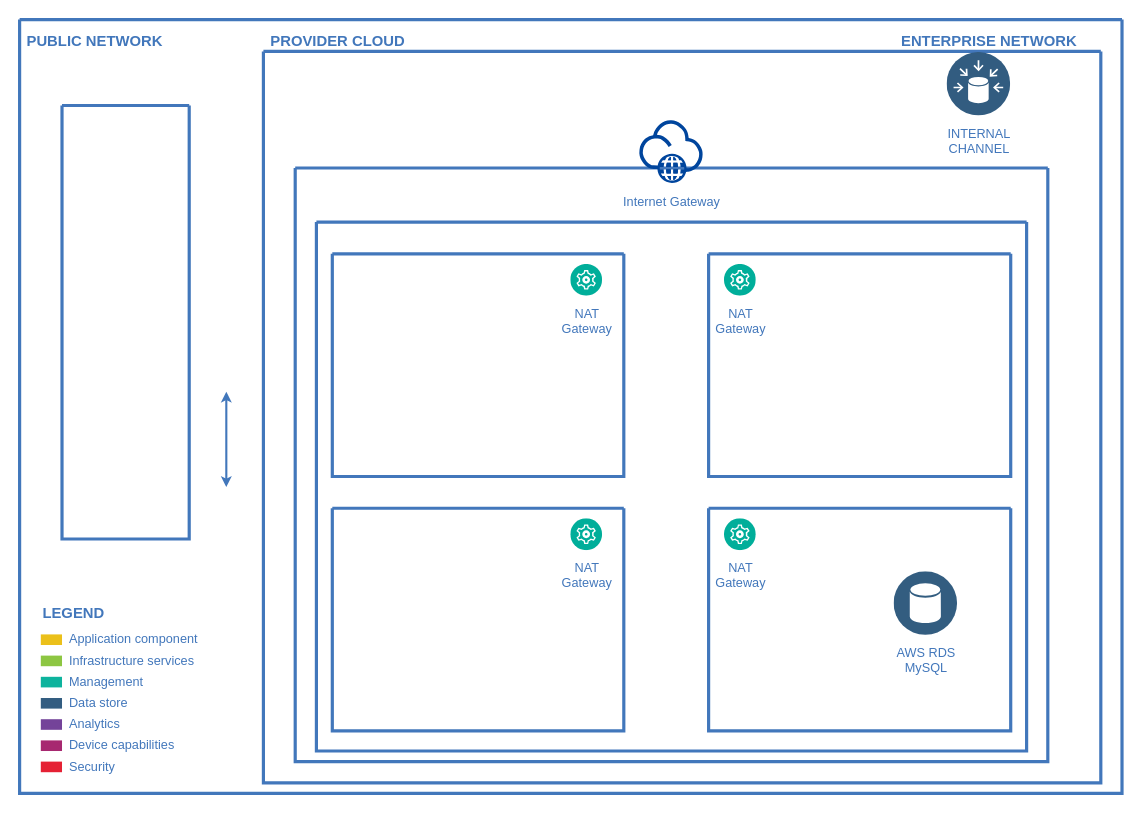
jmcabandara/Assignment-TTO keeps this draw.io diagram as Hello World.drawio. Above is the earlier version. Source tidied: cells renumbered, new cells numbered last; positions are measured from the earlier drawing's top-left corner, leaving out a move shared by most shapes. Both pictures are drawn from the tidied source at 106%, with x=0, y=0 at pixel (19, 19).
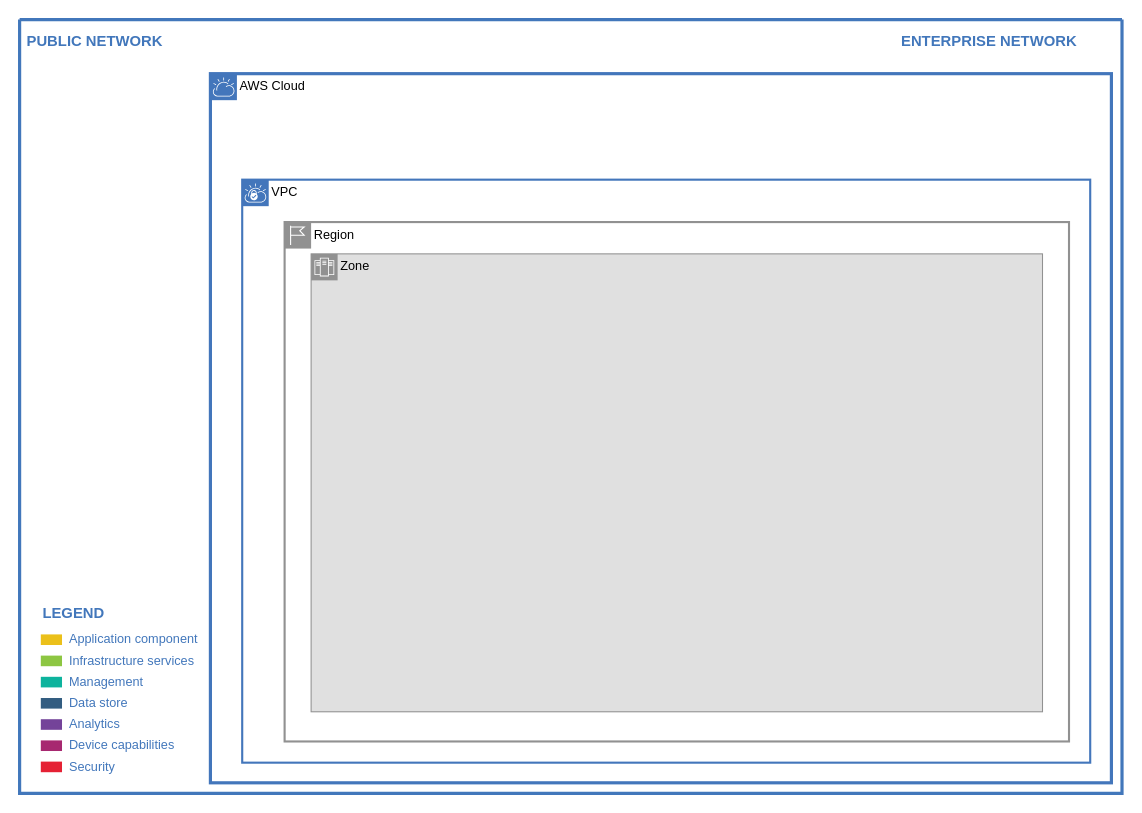
The same diagram, later.

The change refers to these unchanged cells:
```xml
<mxCell id="2" style="swimlane;shadow=0;strokeColor=#4277BB;fillColor=#ffffff;fontColor=none;align=right;startSize=0;noLabel=1;strokeWidth=3;" parent="1" vertex="1">
  <mxGeometry width="1040" height="730" as="geometry" />
</mxCell>
```

Diff of the diagram source:
```diff
@@
-    <mxCell id="3" style="swimlane;shadow=0;labelBackgroundColor=#007FFF;strokeColor=#4277BB;fillColor=none;gradientColor=none;fontColor=#000000;align=right;startSize=0;strokeWidth=3;" parent="2" vertex="1">
-      <mxGeometry x="40" y="81" width="120" height="409" as="geometry" />
-    </mxCell>
@@
-    <mxCell id="5" value="PROVIDER CLOUD" style="text;html=1;align=left;verticalAlign=middle;fontColor=#4277BB;shadow=0;dashed=0;strokeColor=none;fillColor=none;labelBackgroundColor=none;fontStyle=1;fontSize=14;spacingLeft=5;" parent="2" vertex="1">
-      <mxGeometry x="230" y="10" width="150" height="20" as="geometry" />
-    </mxCell>
@@
-    <mxCell id="15" style="swimlane;shadow=0;labelBackgroundColor=#007FFF;strokeColor=#4277BB;fillColor=none;gradientColor=none;fontColor=#000000;align=right;startSize=0;strokeWidth=3;" parent="2" vertex="1">
-      <mxGeometry x="230" y="30" width="790" height="690" as="geometry" />
-    </mxCell>
-    <mxCell id="16" style="swimlane;shadow=0;labelBackgroundColor=#007FFF;strokeColor=#4277BB;fillColor=none;gradientColor=none;fontColor=#000000;align=right;startSize=0;strokeWidth=3;" parent="15" vertex="1">
-      <mxGeometry x="30" y="110" width="710" height="560" as="geometry" />
-    </mxCell>
-    <mxCell id="17" style="swimlane;shadow=0;labelBackgroundColor=#007FFF;strokeColor=#4277BB;fillColor=none;gradientColor=none;fontColor=#000000;align=right;startSize=0;strokeWidth=3;" parent="16" vertex="1">
-      <mxGeometry x="20" y="51" width="670" height="499" as="geometry" />
-    </mxCell>
-    <mxCell id="18" style="swimlane;shadow=0;labelBackgroundColor=#007FFF;strokeColor=#4277BB;fillColor=none;gradientColor=none;fontColor=#000000;align=right;startSize=0;strokeWidth=3;" parent="17" vertex="1">
-      <mxGeometry x="15" y="30" width="275" height="210" as="geometry" />
-    </mxCell>
-    <mxCell id="19" value="NAT&lt;br&gt;Gateway" style="perimeter=ellipsePerimeter;html=1;align=center;shadow=0;dashed=0;image;image=img/lib/ibm/management/cluster_management.svg;strokeColor=#FF0000;fillColor=#FFFF66;gradientColor=none;fontColor=#4277BB;labelBackgroundColor=#ffffff;spacingTop=3;" parent="18" vertex="1">
-      <mxGeometry x="225" y="10" width="30" height="30" as="geometry" />
-    </mxCell>
-    <mxCell id="20" style="swimlane;shadow=0;labelBackgroundColor=#007FFF;strokeColor=#4277BB;fillColor=none;gradientColor=none;fontColor=#000000;align=right;startSize=0;strokeWidth=3;" parent="17" vertex="1">
-      <mxGeometry x="370" y="30" width="285" height="210" as="geometry" />
-    </mxCell>
-    <mxCell id="21" value="NAT&lt;br&gt;Gateway" style="perimeter=ellipsePerimeter;html=1;align=center;shadow=0;dashed=0;image;image=img/lib/ibm/management/cluster_management.svg;strokeColor=#FF0000;fillColor=#FFFF66;gradientColor=none;fontColor=#4277BB;labelBackgroundColor=#ffffff;spacingTop=3;" parent="20" vertex="1">
-      <mxGeometry x="15" y="10" width="30" height="30" as="geometry" />
-    </mxCell>
-    <mxCell id="22" style="swimlane;shadow=0;labelBackgroundColor=#007FFF;strokeColor=#4277BB;fillColor=none;gradientColor=none;fontColor=#000000;align=right;startSize=0;strokeWidth=3;" parent="17" vertex="1">
-      <mxGeometry x="15" y="270" width="275" height="210" as="geometry" />
-    </mxCell>
-    <mxCell id="23" value="NAT&lt;br&gt;Gateway" style="perimeter=ellipsePerimeter;html=1;align=center;shadow=0;dashed=0;image;image=img/lib/ibm/management/cluster_management.svg;strokeColor=#FF0000;fillColor=#FFFF66;gradientColor=none;fontColor=#4277BB;labelBackgroundColor=#ffffff;spacingTop=3;" parent="22" vertex="1">
-      <mxGeometry x="225" y="10" width="30" height="30" as="geometry" />
-    </mxCell>
-    <mxCell id="24" style="swimlane;shadow=0;labelBackgroundColor=#007FFF;strokeColor=#4277BB;fillColor=none;gradientColor=none;fontColor=#000000;align=right;startSize=0;strokeWidth=3;" parent="17" vertex="1">
-      <mxGeometry x="370" y="270" width="285" height="210" as="geometry" />
-    </mxCell>
-    <mxCell id="25" value="AWS RDS&lt;br&gt;MySQL" style="perimeter=ellipsePerimeter;html=1;align=center;shadow=0;dashed=0;image;image=img/lib/ibm/data/data_services.svg;strokeColor=#FF0000;fillColor=#FFFF66;gradientColor=none;fontColor=#4277BB;labelBackgroundColor=#ffffff;spacingTop=3;" parent="24" vertex="1">
-      <mxGeometry x="175" y="60" width="60" height="60" as="geometry" />
-    </mxCell>
-    <mxCell id="26" value="NAT&lt;br&gt;Gateway" style="perimeter=ellipsePerimeter;html=1;align=center;shadow=0;dashed=0;image;image=img/lib/ibm/management/cluster_management.svg;strokeColor=#FF0000;fillColor=#FFFF66;gradientColor=none;fontColor=#4277BB;labelBackgroundColor=#ffffff;spacingTop=3;" parent="24" vertex="1">
-      <mxGeometry x="15" y="10" width="30" height="30" as="geometry" />
-    </mxCell>
-    <mxCell id="27" value="INTERNAL&lt;div&gt;CHANNEL&lt;/div&gt;" style="perimeter=ellipsePerimeter;html=1;align=center;shadow=0;dashed=0;image;image=img/lib/ibm/data/data_sources.svg;strokeColor=#FF0000;fillColor=#FFFF66;gradientColor=none;fontColor=#4277BB;labelBackgroundColor=#ffffff;spacingTop=3;" parent="15" vertex="1">
-      <mxGeometry x="645" y="1" width="60" height="60" as="geometry" />
-    </mxCell>
-    <mxCell id="28" value="Internet Gateway" style="perimeter=ellipsePerimeter;html=1;align=center;shadow=0;dashed=0;fontColor=#4277BB;labelBackgroundColor=#ffffff;fontSize=12;spacingTop=3;image;image=img/lib/ibm/vpc/Internet.svg;" parent="15" vertex="1">
-      <mxGeometry x="355" y="65" width="60" height="60" as="geometry" />
-    </mxCell>
-    <mxCell id="29" style="edgeStyle=orthogonalEdgeStyle;rounded=0;html=1;labelBackgroundColor=#ffffff;jettySize=auto;orthogonalLoop=1;strokeColor=#4277BB;fontColor=#000000;strokeWidth=2;endSize=4;startSize=4;startArrow=classic;startFill=1;" parent="2" edge="1">
-      <mxGeometry relative="1" as="geometry">
-        <mxPoint x="195" y="351" as="sourcePoint" />
-        <mxPoint x="195" y="441" as="targetPoint" />
-      </mxGeometry>
-    </mxCell>
+    <mxCell id="30" value="AWS Cloud" style="shape=mxgraph.ibm.box;prType=cloud;fontStyle=0;verticalAlign=top;align=left;spacingLeft=32;spacingTop=4;fillColor=none;rounded=0;whiteSpace=wrap;html=1;strokeColor=#4376BB;strokeWidth=3;dashed=0;spacing=-4;" parent="2" vertex="1">
+      <mxGeometry x="180" y="51" width="850" height="669" as="geometry" />
+    </mxCell>
+    <mxCell id="31" value="VPC" style="shape=mxgraph.ibm.box;prType=vpc;fontStyle=0;verticalAlign=top;align=left;spacingLeft=32;spacingTop=4;fillColor=none;rounded=0;whiteSpace=wrap;html=1;strokeColor=#4376BB;strokeWidth=2;dashed=0;spacing=-4;" parent="30" vertex="1">
+      <mxGeometry x="30" y="100" width="800" height="550" as="geometry" />
+    </mxCell>
+    <mxCell id="32" value="Region" style="shape=mxgraph.ibm.box;prType=region;fontStyle=0;verticalAlign=top;align=left;spacingLeft=32;spacingTop=4;fillColor=none;rounded=0;whiteSpace=wrap;html=1;strokeColor=#919191;strokeWidth=2;dashed=0;spacing=-4;" parent="31" vertex="1">
+      <mxGeometry x="40" y="40" width="740" height="490" as="geometry" />
+    </mxCell>
+    <mxCell id="33" value="Zone" style="shape=mxgraph.ibm.box;prType=zone;fontStyle=0;verticalAlign=top;align=left;spacingLeft=32;spacingTop=4;fillColor=#E0E0E0;rounded=0;whiteSpace=wrap;html=1;strokeColor=#919191;strokeWidth=1;dashed=0;spacing=-4;" parent="32" vertex="1">
+      <mxGeometry x="25" y="30" width="690" height="432" as="geometry" />
+    </mxCell>
```
